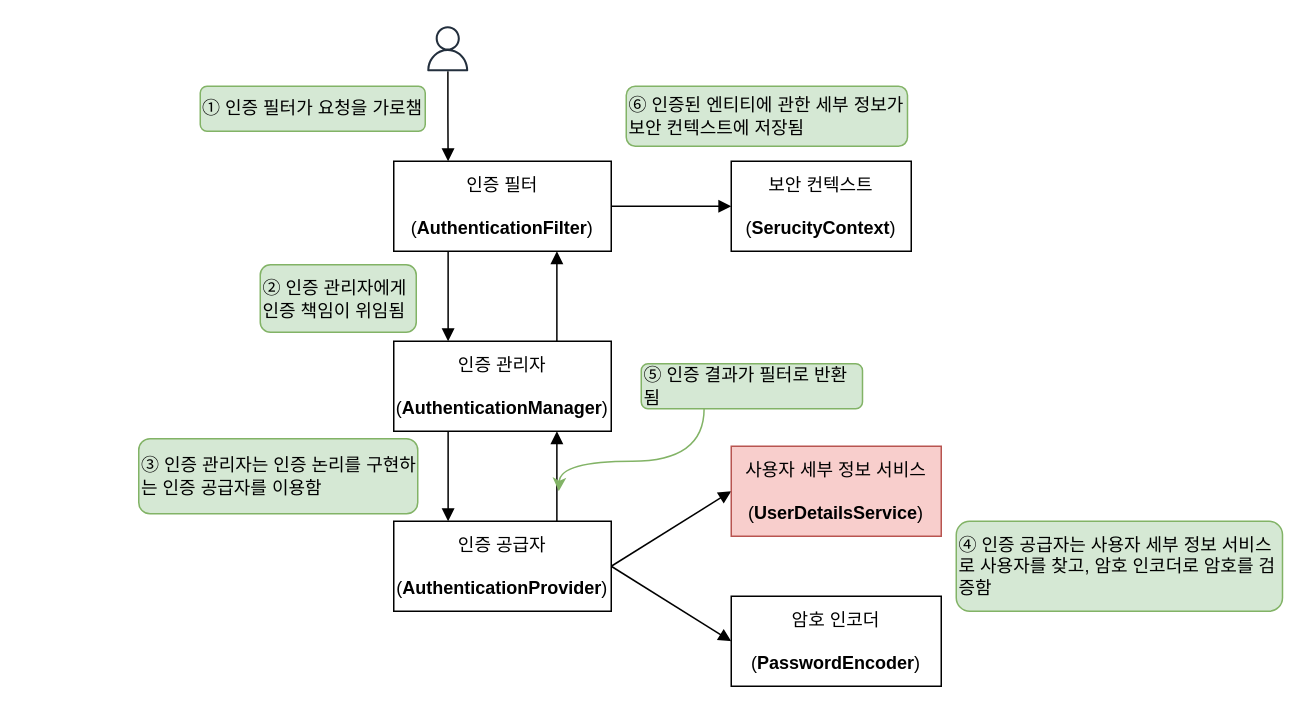
Above: assets/img/dev/2023/1118/security.drawio in assu10/assu10.github.io (draw.io), before the change. Source tidied: cells renumbered, new cells numbered last; positions are measured from the earlier drawing's top-left corner, leaving out a move shared by most shapes. Both pictures are drawn from the tidied source at 150%, with x=0, y=0 at pixel (138, 26).
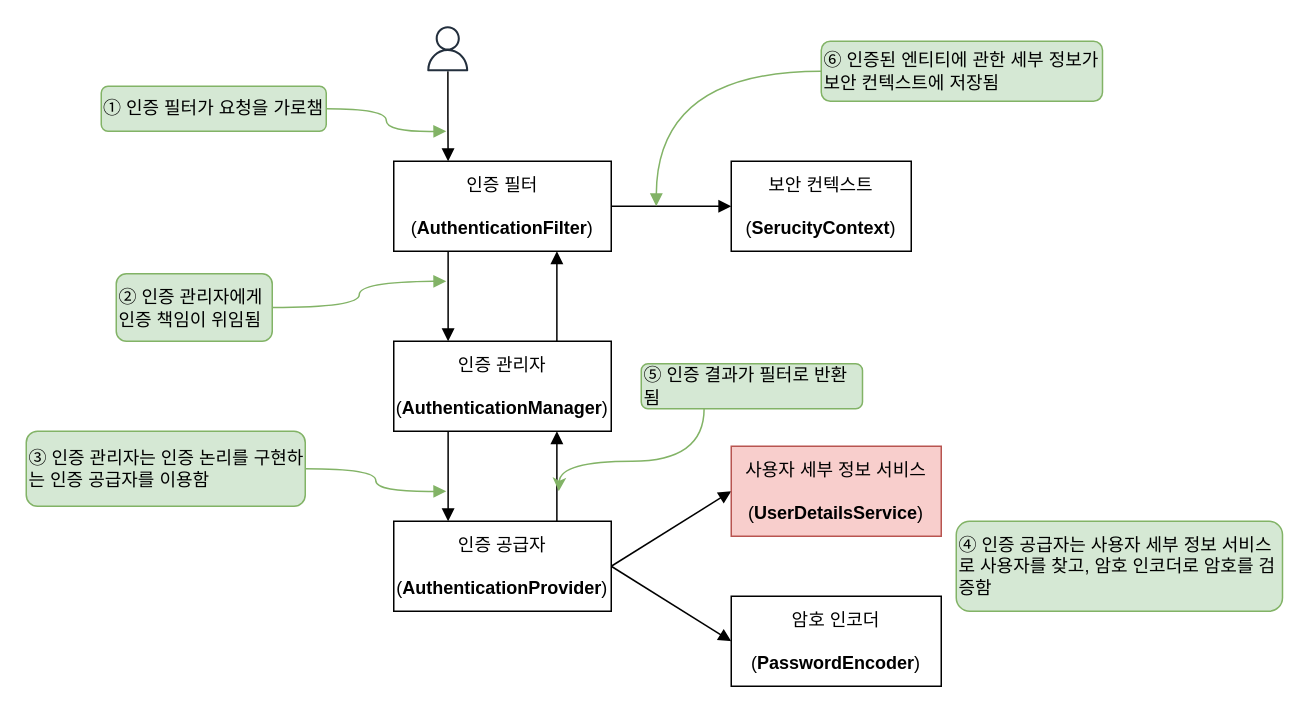
The same diagram, later.

What changed in the source:
```diff
@@
-    <mxCell id="17" value="① 인증 필터가 요청을 가로챔" style="text;html=1;strokeColor=#82b366;fillColor=#d5e8d4;align=center;verticalAlign=middle;whiteSpace=wrap;rounded=1;" parent="1" vertex="1">
-      <mxGeometry x="41" y="40" width="150" height="30" as="geometry" />
-    </mxCell>
-    <mxCell id="18" value="② 인증 관리자에게 &lt;br&gt;인증 책임이 위임됨" style="text;html=1;strokeColor=#82b366;fillColor=#d5e8d4;align=left;verticalAlign=middle;whiteSpace=wrap;rounded=1;" parent="1" vertex="1">
-      <mxGeometry x="81" y="159" width="104" height="45" as="geometry" />
-    </mxCell>
-    <mxCell id="19" value="③ 인증 관리자는 인증 논리를 구현하는 인증 공급자를 이용함" style="text;html=1;strokeColor=#82b366;fillColor=#d5e8d4;align=left;verticalAlign=middle;whiteSpace=wrap;rounded=1;" parent="1" vertex="1">
-      <mxGeometry y="275" width="186" height="50" as="geometry" />
-    </mxCell>
@@
+    <mxCell id="24" style="edgeStyle=orthogonalEdgeStyle;rounded=0;jettySize=auto;html=1;curved=1;fillColor=#d5e8d4;strokeColor=#82b366;endArrow=block;endFill=1;" parent="1" edge="1" source="23">
+      <mxGeometry relative="1" as="geometry">
+        <mxPoint x="345" y="120" as="targetPoint" />
+      </mxGeometry>
+    </mxCell>
     <mxCell id="23" value="⑥ 인증된 엔티티에 관한 세부 정보가 보안 컨텍스트에 저장됨" style="text;html=1;strokeColor=#82b366;fillColor=#d5e8d4;align=left;verticalAlign=middle;whiteSpace=wrap;rounded=1;" parent="1" vertex="1">
-      <mxGeometry x="325" y="40" width="187.5" height="40" as="geometry" />
+      <mxGeometry x="455" y="10" width="187.5" height="40" as="geometry" />
     </mxCell>
+    <mxCell id="25" style="edgeStyle=orthogonalEdgeStyle;rounded=0;jettySize=auto;html=1;endArrow=block;endFill=1;curved=1;fillColor=#d5e8d4;strokeColor=#82b366;" parent="1" edge="1" source="17">
+      <mxGeometry relative="1" as="geometry">
+        <mxPoint x="205" y="70" as="targetPoint" />
+      </mxGeometry>
+    </mxCell>
+    <mxCell id="17" value="① 인증 필터가 요청을 가로챔" style="text;html=1;strokeColor=#82b366;fillColor=#d5e8d4;align=center;verticalAlign=middle;whiteSpace=wrap;rounded=1;" parent="1" vertex="1">
+      <mxGeometry x="-25" y="40" width="150" height="30" as="geometry" />
+    </mxCell>
+    <mxCell id="26" style="edgeStyle=orthogonalEdgeStyle;rounded=0;jettySize=auto;html=1;fillColor=#d5e8d4;strokeColor=#82b366;curved=1;endArrow=block;endFill=1;" parent="1" edge="1" source="18">
+      <mxGeometry relative="1" as="geometry">
+        <mxPoint x="205" y="170" as="targetPoint" />
+      </mxGeometry>
+    </mxCell>
+    <mxCell id="18" value="② 인증 관리자에게 &lt;br&gt;인증 책임이 위임됨" style="text;html=1;strokeColor=#82b366;fillColor=#d5e8d4;align=left;verticalAlign=middle;whiteSpace=wrap;rounded=1;" parent="1" vertex="1">
+      <mxGeometry x="-15" y="165" width="104" height="45" as="geometry" />
+    </mxCell>
+    <mxCell id="27" style="edgeStyle=orthogonalEdgeStyle;rounded=0;jettySize=auto;html=1;curved=1;fillColor=#d5e8d4;strokeColor=#82b366;endArrow=block;endFill=1;" parent="1" edge="1" source="19">
+      <mxGeometry relative="1" as="geometry">
+        <mxPoint x="205" y="310" as="targetPoint" />
+      </mxGeometry>
+    </mxCell>
+    <mxCell id="19" value="③ 인증 관리자는 인증 논리를 구현하는 인증 공급자를 이용함" style="text;html=1;strokeColor=#82b366;fillColor=#d5e8d4;align=left;verticalAlign=middle;whiteSpace=wrap;rounded=1;" parent="1" vertex="1">
+      <mxGeometry x="-75" y="270" width="186" height="50" as="geometry" />
+    </mxCell>
```
